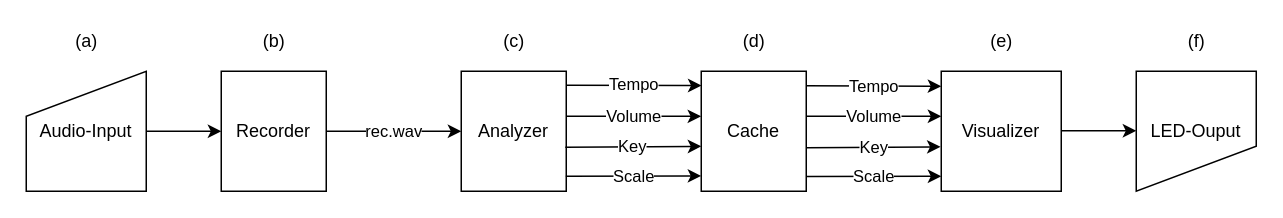
r-grun/music-visualization keeps this draw.io diagram as graphics/Architektur.drawio. Above is the earlier version. Source tidied: cells renumbered, new cells numbered last; positions are measured from the earlier drawing's top-left corner, leaving out a move shared by most shapes. Both pictures are drawn from the tidied source at 150%, with x=0, y=0 at pixel (26, 26).
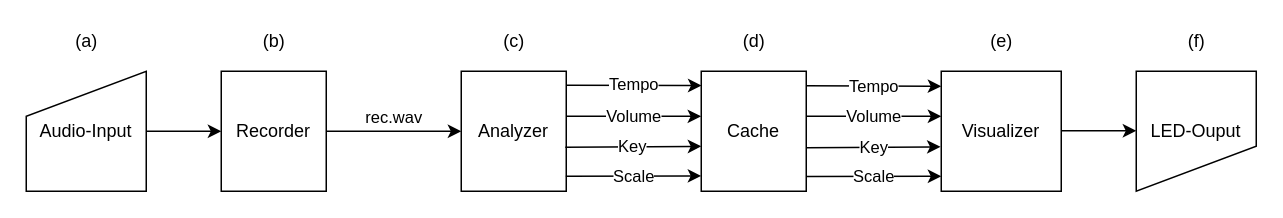
The same page after the edit.

Unchanged cells that the change refers to:
```xml
<mxCell id="4" value="Recorder" style="rounded=0;whiteSpace=wrap;html=1;fillColor=none;gradientColor=none;" parent="1" vertex="1">
  <mxGeometry x="130" y="30" width="70" height="80" as="geometry" />
</mxCell>
<mxCell id="6" value="Analyzer" style="rounded=0;whiteSpace=wrap;html=1;fillColor=none;gradientColor=none;" parent="1" vertex="1">
  <mxGeometry x="290" y="30" width="70" height="80" as="geometry" />
</mxCell>
```

What changed in the source:
```diff
@@
-    <mxCell id="5" value="rec.wav" style="endArrow=classic;html=1;rounded=0;exitX=1;exitY=0.5;exitDx=0;exitDy=0;entryX=0;entryY=0.5;entryDx=0;entryDy=0;" parent="1" edge="1" source="4" target="6">
+    <mxCell id="5" value="rec.wav" style="endArrow=classic;html=1;rounded=0;exitX=1;exitY=0.5;exitDx=0;exitDy=0;entryX=0;entryY=0.5;entryDx=0;entryDy=0;labelPosition=center;verticalLabelPosition=top;align=center;verticalAlign=bottom;" parent="1" edge="1" source="4" target="6">
       <mxGeometry relative="1" as="geometry" />
     </mxCell>
```
